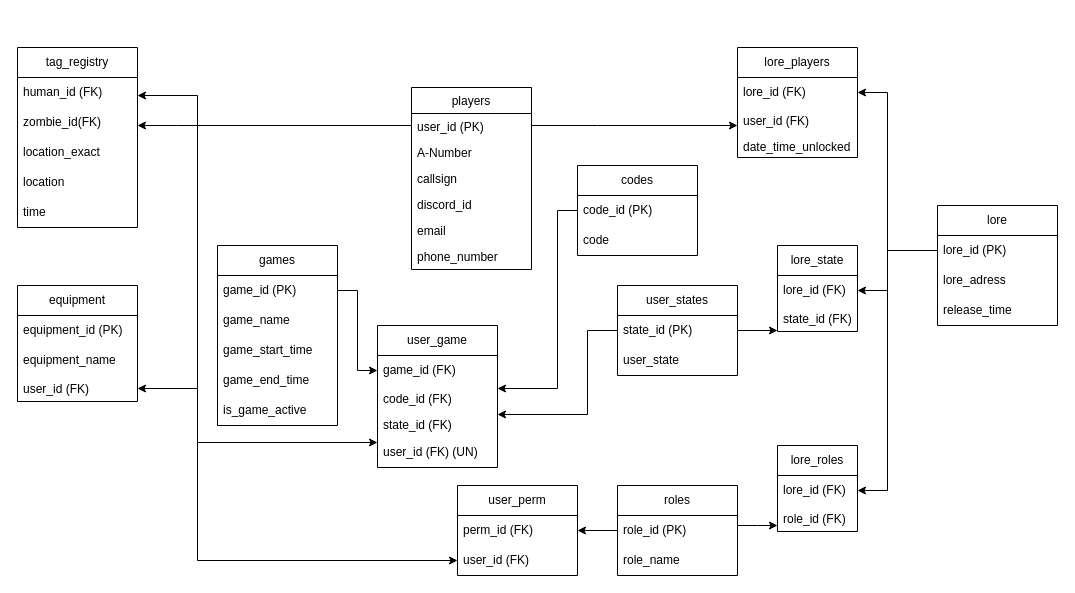
Earlier version of the draw.io diagram HvZ SQL outline.drawio (hutonahill/HvZ_USU_Site). Source tidied: cells renumbered, new cells numbered last; positions are measured from the earlier drawing's top-left corner, leaving out a move shared by most shapes. Both pictures are drawn from the tidied source at 100%, with x=0, y=0 at pixel (17, 47).
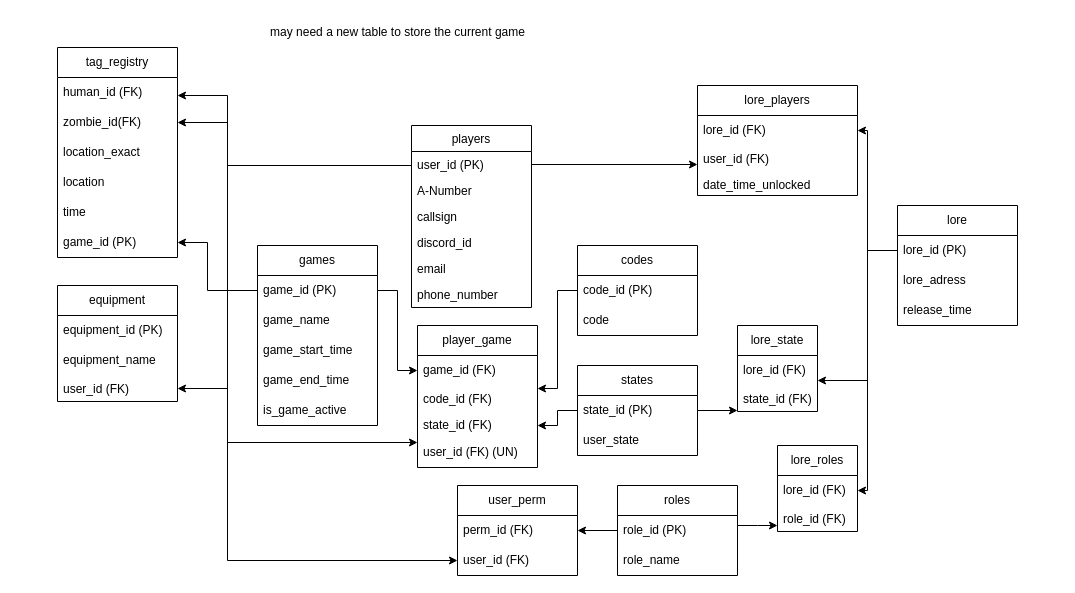
The same page after the edit.

Unchanged cells that the change refers to:
```xml
<mxCell id="3" value="user_id (PK)" style="text;align=left;verticalAlign=top;spacingLeft=4;spacingRight=4;overflow=hidden;points=[[0,0.5],[1,0.5]];portConstraint=eastwest;rounded=0;shadow=0;html=0;" parent="2" vertex="1">
  <mxGeometry y="26" width="120" height="26" as="geometry" />
</mxCell>
<mxCell id="10" value="code_id (PK)" style="text;strokeColor=none;fillColor=none;align=left;verticalAlign=middle;spacingLeft=4;spacingRight=4;overflow=hidden;points=[[0,0.5],[1,0.5]];portConstraint=eastwest;whiteSpace=wrap;html=1;" parent="9" vertex="1">
  <mxGeometry y="30" width="120" height="30" as="geometry" />
</mxCell>
<mxCell id="14" value="state_id (PK)" style="text;strokeColor=none;fillColor=none;align=left;verticalAlign=middle;spacingLeft=4;spacingRight=4;overflow=hidden;points=[[0,0.5],[1,0.5]];portConstraint=eastwest;whiteSpace=wrap;html=1;" parent="13" vertex="1">
  <mxGeometry y="30" width="120" height="30" as="geometry" />
</mxCell>
<mxCell id="20" value="human_id (FK)" style="text;strokeColor=none;fillColor=none;align=left;verticalAlign=middle;spacingLeft=4;spacingRight=4;overflow=hidden;points=[[0,0.5],[1,0.5]];portConstraint=eastwest;whiteSpace=wrap;html=1;" parent="19" vertex="1">
  <mxGeometry y="30" width="120" height="30" as="geometry" />
</mxCell>
<mxCell id="21" value="zombie_id(FK)" style="text;strokeColor=none;fillColor=none;align=left;verticalAlign=middle;spacingLeft=4;spacingRight=4;overflow=hidden;points=[[0,0.5],[1,0.5]];portConstraint=eastwest;whiteSpace=wrap;html=1;" parent="19" vertex="1">
  <mxGeometry y="60" width="120" height="30" as="geometry" />
</mxCell>
<mxCell id="29" value="lore_id (PK)" style="text;strokeColor=none;fillColor=none;align=left;verticalAlign=middle;spacingLeft=4;spacingRight=4;overflow=hidden;points=[[0,0.5],[1,0.5]];portConstraint=eastwest;whiteSpace=wrap;html=1;" parent="28" vertex="1">
  <mxGeometry y="30" width="120" height="30" as="geometry" />
</mxCell>
<mxCell id="40" value="user_id (FK)" style="text;align=left;verticalAlign=top;spacingLeft=4;spacingRight=4;overflow=hidden;points=[[0,0.5],[1,0.5]];portConstraint=eastwest;rounded=0;shadow=0;html=0;" parent="37" vertex="1">
  <mxGeometry y="90" width="120" height="26" as="geometry" />
</mxCell>
<mxCell id="44" value="lore_id (FK)" style="text;strokeColor=none;fillColor=none;align=left;verticalAlign=middle;spacingLeft=4;spacingRight=4;overflow=hidden;points=[[0,0.5],[1,0.5]];portConstraint=eastwest;whiteSpace=wrap;html=1;" parent="43" vertex="1">
  <mxGeometry y="30" width="80" height="30" as="geometry" />
</mxCell>
<mxCell id="45" value="state_id (FK)" style="text;align=left;verticalAlign=top;spacingLeft=4;spacingRight=4;overflow=hidden;points=[[0,0.5],[1,0.5]];portConstraint=eastwest;rounded=0;shadow=0;html=0;" parent="43" vertex="1">
  <mxGeometry y="60" width="80" height="26" as="geometry" />
</mxCell>
<mxCell id="50" value="user_id (FK)" style="text;strokeColor=none;fillColor=none;align=left;verticalAlign=middle;spacingLeft=4;spacingRight=4;overflow=hidden;points=[[0,0.5],[1,0.5]];portConstraint=eastwest;whiteSpace=wrap;html=1;" parent="48" vertex="1">
  <mxGeometry y="60" width="120" height="30" as="geometry" />
</mxCell>
<mxCell id="54" value="lore_id (FK)" style="text;strokeColor=none;fillColor=none;align=left;verticalAlign=middle;spacingLeft=4;spacingRight=4;overflow=hidden;points=[[0,0.5],[1,0.5]];portConstraint=eastwest;whiteSpace=wrap;html=1;" parent="53" vertex="1">
  <mxGeometry y="30" width="80" height="30" as="geometry" />
</mxCell>
<mxCell id="59" value="game_id (PK)" style="text;strokeColor=none;fillColor=none;align=left;verticalAlign=middle;spacingLeft=4;spacingRight=4;overflow=hidden;points=[[0,0.5],[1,0.5]];portConstraint=eastwest;whiteSpace=wrap;html=1;" parent="58" vertex="1">
  <mxGeometry y="30" width="120" height="30" as="geometry" />
</mxCell>
<mxCell id="65" value="game_id (FK)" style="text;strokeColor=none;fillColor=none;align=left;verticalAlign=middle;spacingLeft=4;spacingRight=4;overflow=hidden;points=[[0,0.5],[1,0.5]];portConstraint=eastwest;whiteSpace=wrap;html=1;" parent="64" vertex="1">
  <mxGeometry y="30" width="120" height="30" as="geometry" />
</mxCell>
<mxCell id="66" value="code_id (FK)" style="text;align=left;verticalAlign=top;spacingLeft=4;spacingRight=4;overflow=hidden;points=[[0,0.5],[1,0.5]];portConstraint=eastwest;rounded=0;shadow=0;html=0;" parent="64" vertex="1">
  <mxGeometry y="60" width="120" height="26" as="geometry" />
</mxCell>
<mxCell id="67" value="state_id (FK)" style="text;align=left;verticalAlign=top;spacingLeft=4;spacingRight=4;overflow=hidden;points=[[0,0.5],[1,0.5]];portConstraint=eastwest;rounded=0;shadow=0;html=0;" parent="64" vertex="1">
  <mxGeometry y="86" width="120" height="26" as="geometry" />
</mxCell>
<mxCell id="68" value="user_id (FK) (UN)" style="text;strokeColor=none;fillColor=none;align=left;verticalAlign=middle;spacingLeft=4;spacingRight=4;overflow=hidden;points=[[0,0.5],[1,0.5]];portConstraint=eastwest;whiteSpace=wrap;html=1;" parent="64" vertex="1">
  <mxGeometry y="112" width="120" height="30" as="geometry" />
</mxCell>
```

Diff of the diagram source:
```diff
@@
     <mxCell id="2" value="players" style="swimlane;fontStyle=0;align=center;verticalAlign=top;horizontal=1;startSize=26;rounded=0;shadow=0;strokeWidth=1;" parent="1" vertex="1">
-      <mxGeometry x="394" y="40" width="120" height="182" as="geometry" />
+      <mxGeometry x="394" y="78" width="120" height="182" as="geometry" />
     </mxCell>
@@
     <mxCell id="9" value="codes" style="swimlane;fontStyle=0;horizontal=1;startSize=30;whiteSpace=wrap;html=1;" parent="1" vertex="1">
-      <mxGeometry x="560" y="118" width="120" height="90" as="geometry" />
+      <mxGeometry x="560" y="198" width="120" height="90" as="geometry" />
     </mxCell>
@@
     <mxCell id="12" style="edgeStyle=orthogonalEdgeStyle;rounded=0;jettySize=auto;html=1;" parent="1" edge="1" source="13" target="67">
       <mxGeometry relative="1" as="geometry">
         <Array as="points">
-          <mxPoint x="570" y="283" />
-          <mxPoint x="570" y="367" />
+          <mxPoint x="540" y="363" />
+          <mxPoint x="540" y="378" />
         </Array>
       </mxGeometry>
     </mxCell>
-    <mxCell id="13" value="user_states" style="swimlane;fontStyle=0;horizontal=1;startSize=30;whiteSpace=wrap;html=1;" parent="1" vertex="1">
-      <mxGeometry x="600" y="238" width="120" height="90" as="geometry" />
+    <mxCell id="13" value="states" style="swimlane;fontStyle=0;horizontal=1;startSize=30;whiteSpace=wrap;html=1;" parent="1" vertex="1">
+      <mxGeometry x="560" y="318" width="120" height="90" as="geometry" />
     </mxCell>
@@
     <mxCell id="19" value="tag_registry" style="swimlane;fontStyle=0;horizontal=1;startSize=30;whiteSpace=wrap;html=1;" parent="1" vertex="1">
-      <mxGeometry width="120" height="180" as="geometry" />
+      <mxGeometry x="40" width="120" height="210" as="geometry" />
     </mxCell>
@@
+    <mxCell id="71" value="game_id (PK)" style="text;strokeColor=none;fillColor=none;align=left;verticalAlign=middle;spacingLeft=4;spacingRight=4;overflow=hidden;points=[[0,0.5],[1,0.5]];portConstraint=eastwest;whiteSpace=wrap;html=1;" parent="19" vertex="1">
+      <mxGeometry y="180" width="120" height="30" as="geometry" />
+    </mxCell>
     <mxCell id="25" style="edgeStyle=orthogonalEdgeStyle;rounded=0;jettySize=auto;html=1;" parent="1" edge="1" source="3" target="20">
       <mxGeometry relative="1" as="geometry">
         <Array as="points">
-          <mxPoint x="180" y="78" />
-          <mxPoint x="180" y="48" />
+          <mxPoint x="210" y="118" />
+          <mxPoint x="210" y="48" />
         </Array>
       </mxGeometry>
     </mxCell>
     <mxCell id="26" style="edgeStyle=orthogonalEdgeStyle;rounded=0;jettySize=auto;html=1;" parent="1" edge="1" source="3" target="21">
       <mxGeometry relative="1" as="geometry">
         <Array as="points">
-          <mxPoint x="160" y="78" />
-          <mxPoint x="160" y="78" />
+          <mxPoint x="210" y="118" />
+          <mxPoint x="210" y="75" />
         </Array>
       </mxGeometry>
     </mxCell>
     <mxCell id="27" style="edgeStyle=orthogonalEdgeStyle;rounded=0;jettySize=auto;html=1;" parent="1" edge="1" source="10" target="66">
       <mxGeometry relative="1" as="geometry">
         <Array as="points">
-          <mxPoint x="540" y="163" />
+          <mxPoint x="540" y="243" />
           <mxPoint x="540" y="341" />
         </Array>
       </mxGeometry>
     </mxCell>
     <mxCell id="28" value="lore" style="swimlane;fontStyle=0;horizontal=1;startSize=30;whiteSpace=wrap;html=1;" parent="1" vertex="1">
-      <mxGeometry x="920" y="158" width="120" height="120" as="geometry" />
+      <mxGeometry x="880" y="158" width="120" height="120" as="geometry" />
     </mxCell>
@@
     <mxCell id="32" value="lore_players" style="swimlane;fontStyle=0;horizontal=1;startSize=30;whiteSpace=wrap;html=1;" parent="1" vertex="1">
-      <mxGeometry x="720" width="120" height="110" as="geometry" />
+      <mxGeometry x="680" y="38" width="160" height="110" as="geometry" />
     </mxCell>
     <mxCell id="33" value="lore_id (FK)" style="text;strokeColor=none;fillColor=none;align=left;verticalAlign=middle;spacingLeft=4;spacingRight=4;overflow=hidden;points=[[0,0.5],[1,0.5]];portConstraint=eastwest;whiteSpace=wrap;html=1;" parent="32" vertex="1">
-      <mxGeometry y="30" width="120" height="30" as="geometry" />
+      <mxGeometry y="30" width="160" height="30" as="geometry" />
     </mxCell>
     <mxCell id="34" value="user_id (FK)" style="text;align=left;verticalAlign=top;spacingLeft=4;spacingRight=4;overflow=hidden;points=[[0,0.5],[1,0.5]];portConstraint=eastwest;rounded=0;shadow=0;html=0;" parent="32" vertex="1">
-      <mxGeometry y="60" width="120" height="26" as="geometry" />
+      <mxGeometry y="60" width="160" height="26" as="geometry" />
     </mxCell>
     <mxCell id="35" value="date_time_unlocked" style="text;align=left;verticalAlign=top;spacingLeft=4;spacingRight=4;overflow=hidden;rounded=0;shadow=0;html=0;" parent="32" vertex="1">
-      <mxGeometry y="86" width="120" height="24" as="geometry" />
+      <mxGeometry y="86" width="160" height="24" as="geometry" />
     </mxCell>
     <mxCell id="36" style="edgeStyle=orthogonalEdgeStyle;rounded=0;jettySize=auto;html=1;" parent="1" edge="1" source="29" target="33">
       <mxGeometry relative="1" as="geometry">
         <Array as="points">
-          <mxPoint x="870" y="203" />
-          <mxPoint x="870" y="45" />
+          <mxPoint x="850" y="203" />
+          <mxPoint x="850" y="83" />
         </Array>
       </mxGeometry>
     </mxCell>
     <mxCell id="37" value="equipment" style="swimlane;fontStyle=0;horizontal=1;startSize=30;whiteSpace=wrap;html=1;" parent="1" vertex="1">
-      <mxGeometry y="238" width="120" height="116" as="geometry" />
+      <mxGeometry x="40" y="238" width="120" height="116" as="geometry" />
     </mxCell>
@@
     <mxCell id="41" style="edgeStyle=orthogonalEdgeStyle;rounded=0;jettySize=auto;html=1;" parent="1" edge="1" source="3" target="40">
       <mxGeometry relative="1" as="geometry">
         <Array as="points">
-          <mxPoint x="180" y="78" />
-          <mxPoint x="180" y="341" />
+          <mxPoint x="210" y="118" />
+          <mxPoint x="210" y="341" />
         </Array>
       </mxGeometry>
     </mxCell>
     <mxCell id="42" style="edgeStyle=orthogonalEdgeStyle;rounded=0;jettySize=auto;html=1;" parent="1" edge="1" source="3" target="34">
       <mxGeometry relative="1" as="geometry">
         <Array as="points">
-          <mxPoint x="580" y="78" />
-          <mxPoint x="580" y="78" />
+          <mxPoint x="740" y="118" />
         </Array>
       </mxGeometry>
     </mxCell>
     <mxCell id="43" value="lore_state" style="swimlane;fontStyle=0;horizontal=1;startSize=30;whiteSpace=wrap;html=1;" parent="1" vertex="1">
-      <mxGeometry x="760" y="198" width="80" height="86" as="geometry" />
+      <mxGeometry x="720" y="278" width="80" height="86" as="geometry" />
     </mxCell>
@@
     <mxCell id="46" style="edgeStyle=orthogonalEdgeStyle;rounded=0;jettySize=auto;html=1;" parent="1" edge="1" source="29" target="44">
       <mxGeometry relative="1" as="geometry">
         <Array as="points">
-          <mxPoint x="870" y="203" />
-          <mxPoint x="870" y="243" />
+          <mxPoint x="850" y="203" />
+          <mxPoint x="850" y="333" />
         </Array>
       </mxGeometry>
     </mxCell>
     <mxCell id="47" style="edgeStyle=orthogonalEdgeStyle;rounded=0;jettySize=auto;html=1;" parent="1" edge="1" source="14" target="45">
       <mxGeometry relative="1" as="geometry">
         <Array as="points">
-          <mxPoint x="780" y="283" />
-          <mxPoint x="780" y="283" />
+          <mxPoint x="750" y="363" />
+          <mxPoint x="750" y="363" />
         </Array>
       </mxGeometry>
     </mxCell>
@@
     <mxCell id="52" style="edgeStyle=orthogonalEdgeStyle;rounded=0;jettySize=auto;html=1;" parent="1" edge="1" source="3" target="50">
       <mxGeometry relative="1" as="geometry">
         <Array as="points">
-          <mxPoint x="180" y="78" />
-          <mxPoint x="180" y="513" />
+          <mxPoint x="210" y="118" />
+          <mxPoint x="210" y="513" />
         </Array>
       </mxGeometry>
     </mxCell>
@@
     <mxCell id="57" style="edgeStyle=orthogonalEdgeStyle;rounded=0;jettySize=auto;html=1;" parent="1" edge="1" source="29" target="54">
       <mxGeometry relative="1" as="geometry">
         <Array as="points">
-          <mxPoint x="870" y="203" />
-          <mxPoint x="870" y="443" />
+          <mxPoint x="850" y="203" />
+          <mxPoint x="850" y="443" />
         </Array>
       </mxGeometry>
     </mxCell>
     <mxCell id="58" value="games" style="swimlane;fontStyle=0;horizontal=1;startSize=30;whiteSpace=wrap;html=1;" parent="1" vertex="1">
-      <mxGeometry x="200" y="198" width="120" height="180" as="geometry" />
+      <mxGeometry x="240" y="198" width="120" height="180" as="geometry" />
     </mxCell>
@@
-    <mxCell id="64" value="user_game" style="swimlane;fontStyle=0;horizontal=1;startSize=30;whiteSpace=wrap;html=1;" parent="1" vertex="1">
-      <mxGeometry x="360" y="278" width="120" height="142" as="geometry" />
+    <mxCell id="64" value="player_game" style="swimlane;fontStyle=0;horizontal=1;startSize=30;whiteSpace=wrap;html=1;" parent="1" vertex="1">
+      <mxGeometry x="400" y="278" width="120" height="142" as="geometry" />
     </mxCell>
@@
     <mxCell id="69" style="edgeStyle=orthogonalEdgeStyle;rounded=0;jettySize=auto;html=1;" parent="1" edge="1" source="3" target="68">
       <mxGeometry relative="1" as="geometry">
         <Array as="points">
-          <mxPoint x="180" y="78" />
-          <mxPoint x="180" y="395" />
+          <mxPoint x="210" y="118" />
+          <mxPoint x="210" y="395" />
         </Array>
       </mxGeometry>
     </mxCell>
     <mxCell id="70" style="edgeStyle=orthogonalEdgeStyle;rounded=0;jettySize=auto;html=1;" parent="1" edge="1" source="59" target="65">
       <mxGeometry relative="1" as="geometry">
         <Array as="points">
-          <mxPoint x="340" y="243" />
-          <mxPoint x="340" y="323" />
+          <mxPoint x="380" y="243" />
+          <mxPoint x="380" y="323" />
         </Array>
       </mxGeometry>
     </mxCell>
+    <mxCell id="72" style="edgeStyle=orthogonalEdgeStyle;rounded=0;jettySize=auto;html=1;" parent="1" edge="1" source="59" target="71">
+      <mxGeometry relative="1" as="geometry">
+        <Array as="points">
+          <mxPoint x="190" y="243" />
+          <mxPoint x="190" y="195" />
+        </Array>
+      </mxGeometry>
+    </mxCell>
+    <mxCell id="73" value="may need a new table to store the current game" style="text;html=1;align=center;verticalAlign=middle;strokeColor=none;fillColor=none;" parent="1" vertex="1">
+      <mxGeometry x="240" y="-30" width="280" height="30" as="geometry" />
+    </mxCell>
```
